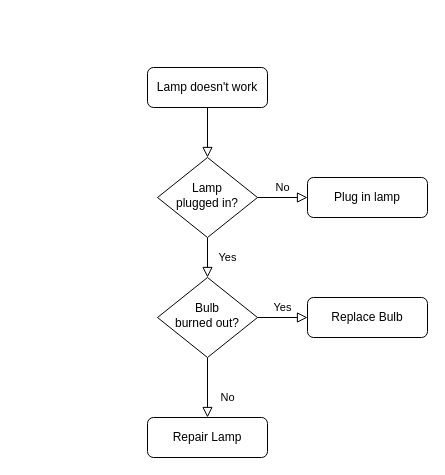
amitphogat/Phogat keeps this draw.io diagram as Untitled Diagram.drawio. Above is the earlier version. Source tidied: cells renumbered, new cells numbered last; positions are measured from the earlier drawing's top-left corner, leaving out a move shared by most shapes. Both pictures are drawn from the tidied source at 100%, with x=0, y=0 at pixel (147, 67).
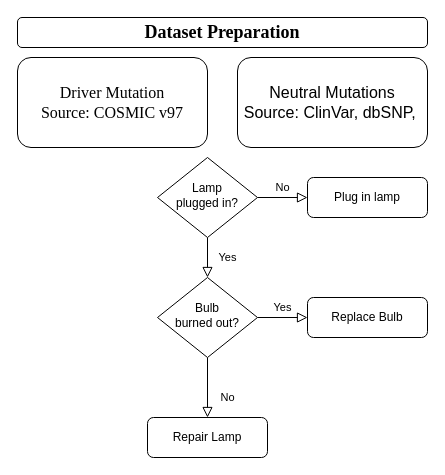
The same page after the edit.

Diff of the diagram source:
```diff
@@
 <mxGraphModel>
   <root>
     <mxCell id="0" />
     <mxCell id="1" parent="0" />
-    <mxCell id="2" style="rounded=0;html=1;jettySize=auto;fontSize=11;endArrow=block;endFill=0;endSize=8;strokeWidth=1;shadow=0;labelBackgroundColor=none;edgeStyle=orthogonalEdgeStyle;" parent="1" edge="1" source="3" target="6">
-      <mxGeometry relative="1" as="geometry" />
-    </mxCell>
-    <mxCell id="3" value="Lamp doesn't work" style="rounded=1;whiteSpace=wrap;html=1;fontSize=12;glass=0;strokeWidth=1;shadow=0;" parent="1" vertex="1">
-      <mxGeometry width="120" height="40" as="geometry" />
+    <mxCell id="3" value="Dataset Preparation" style="rounded=1;whiteSpace=wrap;html=1;fontSize=18;glass=0;strokeWidth=1;shadow=0;fontFamily=Times New Roman;fontStyle=1;" parent="1" vertex="1">
+      <mxGeometry x="-130" y="-50" width="410" height="30" as="geometry" />
     </mxCell>
     <mxCell id="4" value="Yes" style="rounded=0;html=1;jettySize=auto;fontSize=11;endArrow=block;endFill=0;endSize=8;strokeWidth=1;shadow=0;labelBackgroundColor=none;edgeStyle=orthogonalEdgeStyle;" parent="1" edge="1" source="6" target="10">
       <mxGeometry y="20" relative="1" as="geometry" />
     </mxCell>
     <mxCell id="5" value="No" style="edgeStyle=orthogonalEdgeStyle;rounded=0;html=1;jettySize=auto;fontSize=11;endArrow=block;endFill=0;endSize=8;strokeWidth=1;shadow=0;labelBackgroundColor=none;" parent="1" edge="1" source="6" target="7">
       <mxGeometry y="10" relative="1" as="geometry" />
     </mxCell>
     <mxCell id="6" value="Lamp&lt;br&gt;plugged in?" style="rhombus;whiteSpace=wrap;html=1;shadow=0;fontFamily=Helvetica;fontSize=12;align=center;strokeWidth=1;spacing=6;spacingTop=-4;" parent="1" vertex="1">
       <mxGeometry x="10" y="90" width="100" height="80" as="geometry" />
     </mxCell>
     <mxCell id="7" value="Plug in lamp" style="rounded=1;whiteSpace=wrap;html=1;fontSize=12;glass=0;strokeWidth=1;shadow=0;" parent="1" vertex="1">
       <mxGeometry x="160" y="110" width="120" height="40" as="geometry" />
     </mxCell>
     <mxCell id="8" value="No" style="rounded=0;html=1;jettySize=auto;fontSize=11;endArrow=block;endFill=0;endSize=8;strokeWidth=1;shadow=0;labelBackgroundColor=none;edgeStyle=orthogonalEdgeStyle;" parent="1" edge="1" source="10" target="11">
       <mxGeometry x="0.33" y="20" relative="1" as="geometry" />
     </mxCell>
     <mxCell id="9" value="Yes" style="edgeStyle=orthogonalEdgeStyle;rounded=0;html=1;jettySize=auto;fontSize=11;endArrow=block;endFill=0;endSize=8;strokeWidth=1;shadow=0;labelBackgroundColor=none;" parent="1" edge="1" source="10" target="12">
       <mxGeometry y="10" relative="1" as="geometry" />
     </mxCell>
     <mxCell id="10" value="Bulb&lt;br&gt;burned out?" style="rhombus;whiteSpace=wrap;html=1;shadow=0;fontFamily=Helvetica;fontSize=12;align=center;strokeWidth=1;spacing=6;spacingTop=-4;" parent="1" vertex="1">
       <mxGeometry x="10" y="210" width="100" height="80" as="geometry" />
     </mxCell>
     <mxCell id="11" value="Repair Lamp" style="rounded=1;whiteSpace=wrap;html=1;fontSize=12;glass=0;strokeWidth=1;shadow=0;" parent="1" vertex="1">
       <mxGeometry y="350" width="120" height="40" as="geometry" />
     </mxCell>
     <mxCell id="12" value="Replace Bulb" style="rounded=1;whiteSpace=wrap;html=1;fontSize=12;glass=0;strokeWidth=1;shadow=0;" parent="1" vertex="1">
       <mxGeometry x="160" y="230" width="120" height="40" as="geometry" />
     </mxCell>
+    <mxCell id="13" value="Driver Mutation&lt;div&gt;Source: COSMIC v97&lt;/div&gt;" style="rounded=1;whiteSpace=wrap;html=1;fontSize=16;glass=0;strokeWidth=1;shadow=0;fontFamily=Times New Roman;" parent="1" vertex="1">
+      <mxGeometry x="-130" y="-10" width="190" height="90" as="geometry" />
+    </mxCell>
+    <mxCell id="14" value="Neutral Mutations&lt;div&gt;Source: ClinVar, dbSNP,&amp;nbsp;&lt;/div&gt;" style="rounded=1;whiteSpace=wrap;html=1;fontSize=16;glass=0;strokeWidth=1;shadow=0;" parent="1" vertex="1">
+      <mxGeometry x="90" y="-10" width="190" height="90" as="geometry" />
+    </mxCell>
   </root>
 </mxGraphModel>
```
